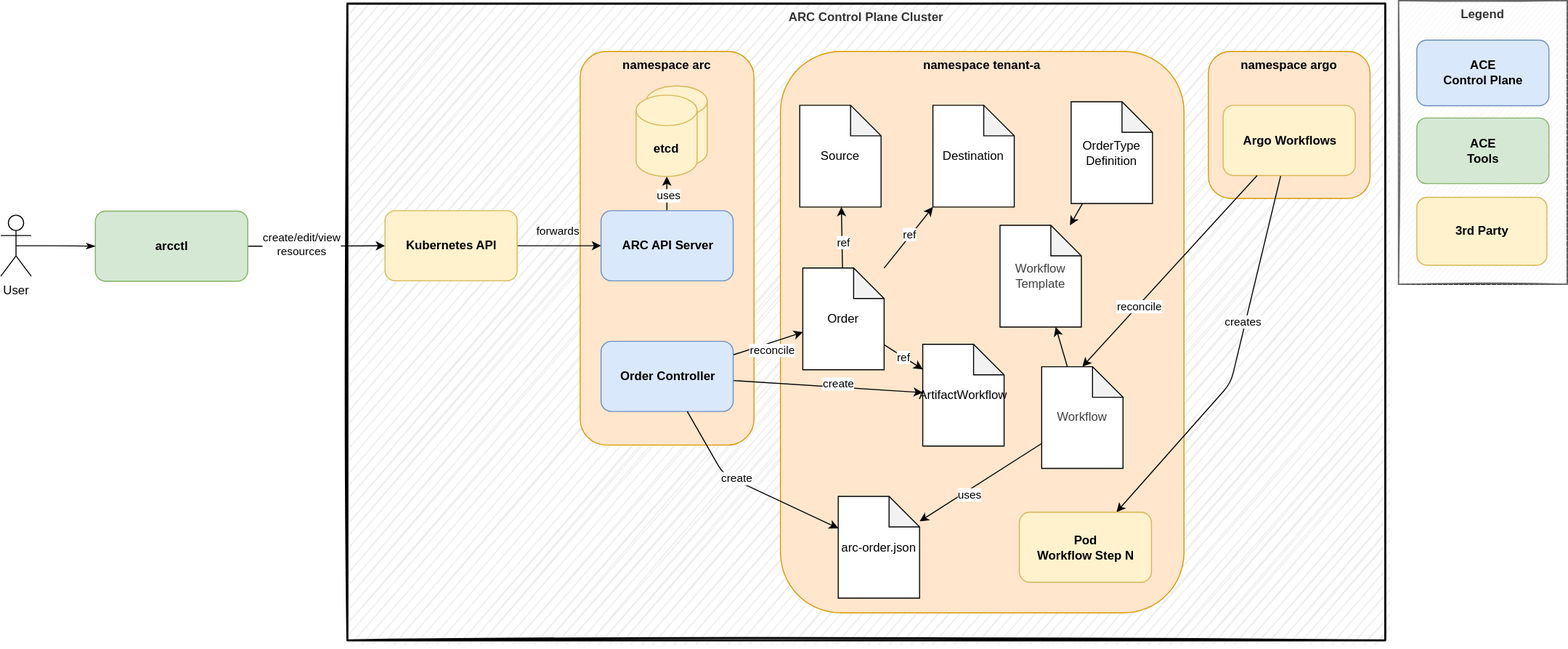
Above: docs/developer-guide/adrs/img/0-arc-architecture.drawio.svg in opendefensecloud/artifact-conduit (draw.io), before the change. Source tidied: cells renumbered, new cells last; positions are measured from the earlier drawing's top-left corner, leaving out a move shared by most shapes.
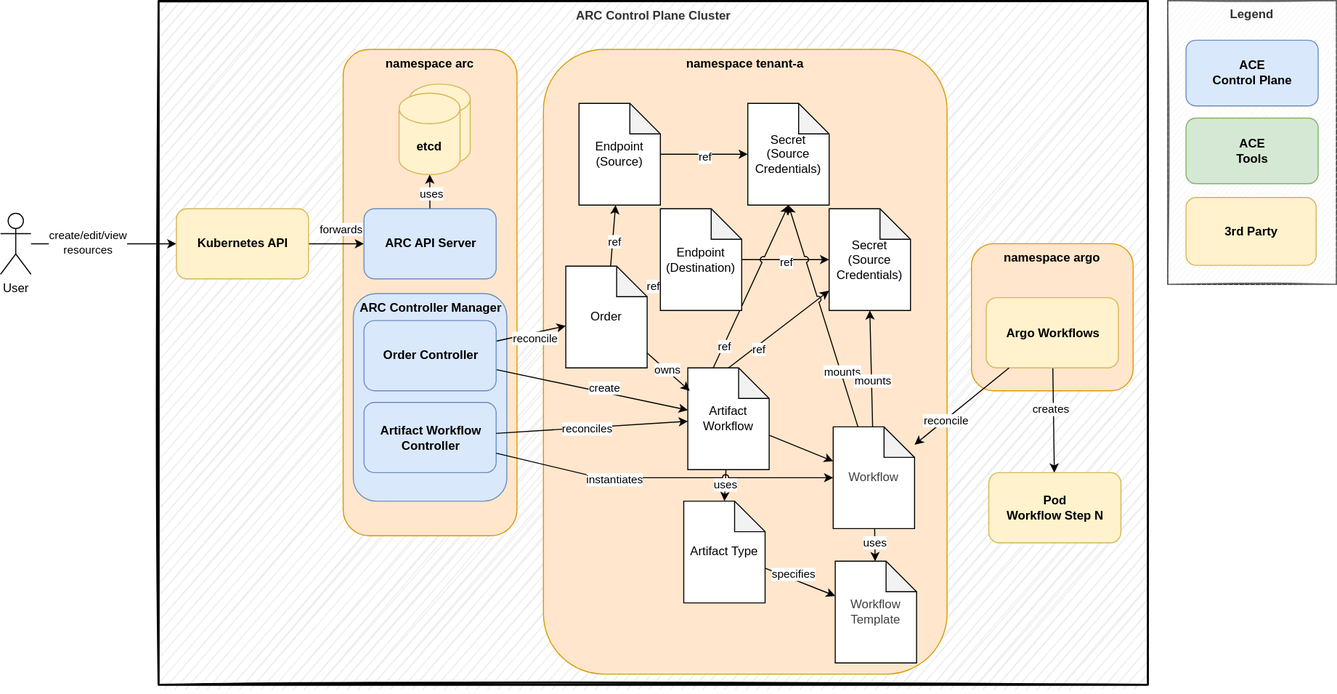
Later version of the same file.

Change to the diagram source:
```diff
@@ -3,18 +3,18 @@
     <mxCell id="0" />
     <mxCell id="1" parent="0" />
     <mxCell id="2" value="ARC Control Plane Cluster" style="rounded=0;whiteSpace=wrap;html=1;horizontal=1;verticalAlign=top;fontStyle=1;align=center;labelPosition=center;verticalLabelPosition=middle;strokeWidth=2;labelBackgroundColor=none;shadow=0;sketch=1;fillColor=#EDEDED;strokeColor=default;fontColor=#333333;fillStyle=hachure;" parent="1" vertex="1">
-      <mxGeometry x="341" y="3" width="1021" height="626" as="geometry" />
+      <mxGeometry x="389" y="3" width="973" height="672" as="geometry" />
     </mxCell>
     <mxCell id="3" value="namespace argo" style="rounded=1;whiteSpace=wrap;html=1;fillColor=#ffe6cc;strokeColor=#d79b00;verticalAlign=top;fontStyle=1;" parent="1" vertex="1">
-      <mxGeometry x="1188" y="50" width="159" height="144.5" as="geometry" />
+      <mxGeometry x="1188" y="241" width="159" height="144.5" as="geometry" />
     </mxCell>
     <mxCell id="4" value="namespace tenant-a" style="rounded=1;whiteSpace=wrap;html=1;fillColor=#ffe6cc;strokeColor=#d79b00;verticalAlign=top;fontStyle=1;" parent="1" vertex="1">
-      <mxGeometry x="767" y="50" width="397" height="552" as="geometry" />
+      <mxGeometry x="767" y="50" width="397" height="614" as="geometry" />
     </mxCell>
     <mxCell id="5" value="namespace arc" style="rounded=1;whiteSpace=wrap;html=1;fillColor=#ffe6cc;strokeColor=#d79b00;verticalAlign=top;fontStyle=1;" parent="1" vertex="1">
-      <mxGeometry x="570" y="50" width="171" height="387" as="geometry" />
+      <mxGeometry x="570" y="50" width="171" height="478" as="geometry" />
     </mxCell>
-    <mxCell id="6" style="edgeStyle=orthogonalEdgeStyle;jettySize=auto;html=1;entryX=0;entryY=0.5;entryDx=0;entryDy=0;" parent="1" edge="1" source="8" target="22">
+    <mxCell id="6" style="edgeStyle=orthogonalEdgeStyle;jettySize=auto;html=1;entryX=0;entryY=0.5;entryDx=0;entryDy=0;" parent="1" edge="1" source="11" target="22">
       <mxGeometry relative="1" as="geometry" />
     </mxCell>
     <mxCell id="7" value="&lt;div&gt;create/edit/view&lt;/div&gt;&lt;div&gt;resources&lt;/div&gt;" style="edgeLabel;html=1;align=center;verticalAlign=middle;" parent="6" vertex="1">
@@ -22,19 +22,13 @@
         <mxPoint y="1" as="offset" />
       </mxGeometry>
     </mxCell>
-    <mxCell id="8" value="&lt;div&gt;arcctl&lt;/div&gt;" style="html=1;align=center;fillColor=#d5e8d4;strokeColor=#82b366;fontStyle=1;rounded=1;" parent="1" vertex="1">
-      <mxGeometry x="93" y="207" width="150" height="69" as="geometry" />
-    </mxCell>
     <mxCell id="9" style="edgeStyle=orthogonalEdgeStyle;orthogonalLoop=1;jettySize=auto;html=1;entryX=0;entryY=0.5;entryDx=0;entryDy=0;" parent="1" edge="1">
       <mxGeometry relative="1" as="geometry">
         <mxPoint x="1240" y="641.9" as="sourcePoint" />
       </mxGeometry>
     </mxCell>
-    <mxCell id="10" style="edgeStyle=orthogonalEdgeStyle;jettySize=auto;html=1;entryX=0;entryY=0.5;entryDx=0;entryDy=0;endArrow=classicThin;endFill=1;exitX=0.5;exitY=0.5;exitDx=0;exitDy=0;exitPerimeter=0;" parent="1" edge="1" source="11" target="8">
-      <mxGeometry relative="1" as="geometry" />
-    </mxCell>
     <mxCell id="11" value="User" style="shape=umlActor;verticalLabelPosition=bottom;labelBackgroundColor=#ffffff;verticalAlign=top;html=1;align=center;rounded=1;" parent="1" vertex="1">
-      <mxGeometry y="211.1" width="30" height="60" as="geometry" />
+      <mxGeometry x="233" y="211.1" width="30" height="60" as="geometry" />
     </mxCell>
     <mxCell id="12" style="edgeStyle=orthogonalEdgeStyle;jumpStyle=arc;orthogonalLoop=1;jettySize=auto;html=1;exitX=0.5;exitY=0;exitDx=0;exitDy=0;entryX=0;entryY=0.5;entryDx=0;entryDy=0;entryPerimeter=0;endArrow=none;endFill=0;dashed=1;" parent="1" edge="1">
       <mxGeometry relative="1" as="geometry">
@@ -84,13 +78,13 @@
       </mxGeometry>
     </mxCell>
     <mxCell id="22" value="&lt;div&gt;Kubernetes API&lt;/div&gt;" style="html=1;align=center;fillColor=#fff2cc;strokeColor=#d6b656;fontStyle=1;rounded=1;" parent="1" vertex="1">
-      <mxGeometry x="378" y="206.6" width="130" height="69" as="geometry" />
+      <mxGeometry x="406" y="206.6" width="130" height="69" as="geometry" />
     </mxCell>
     <mxCell id="23" style="edgeStyle=orthogonalEdgeStyle;rounded=0;orthogonalLoop=1;jettySize=auto;html=1;exitX=0.5;exitY=1;exitDx=0;exitDy=0;" parent="1" edge="1" source="2" target="2">
       <mxGeometry relative="1" as="geometry" />
     </mxCell>
     <mxCell id="24" style="group;fillColor=none;strokeColor=default;" parent="1" vertex="1">
-      <mxGeometry x="1375" width="166" height="279" as="geometry" />
+      <mxGeometry x="1381" y="2" width="166" height="279" as="geometry" />
     </mxCell>
     <mxCell id="25" value="Legend" style="whiteSpace=wrap;html=1;verticalAlign=top;align=center;fontStyle=1;glass=0;shadow=0;rounded=0;sketch=1;fillColor=#f5f5f5;strokeColor=#666666;fontColor=#333333;" parent="24" vertex="1">
       <mxGeometry width="166" height="279" as="geometry" />
@@ -107,33 +101,6 @@
     <mxCell id="29" style="edgeStyle=orthogonalEdgeStyle;rounded=0;orthogonalLoop=1;jettySize=auto;html=1;exitX=0.5;exitY=1;exitDx=0;exitDy=0;" parent="24" edge="1" source="27" target="27">
       <mxGeometry x="-501" y="-91" as="geometry" />
     </mxCell>
-    <mxCell id="30" style="edgeStyle=none;html=1;" parent="1" edge="1" source="34" target="43">
-      <mxGeometry relative="1" as="geometry" />
-    </mxCell>
-    <mxCell id="31" value="reconcile" style="edgeLabel;html=1;align=center;verticalAlign=middle;" parent="30" vertex="1">
-      <mxGeometry x="-0.46" y="-3" relative="1" as="geometry">
-        <mxPoint x="19" y="-2" as="offset" />
-      </mxGeometry>
-    </mxCell>
-    <mxCell id="32" style="edgeStyle=none;html=1;" parent="1" edge="1" source="34" target="66">
-      <mxGeometry relative="1" as="geometry" />
-    </mxCell>
-    <mxCell id="33" value="create" style="edgeLabel;html=1;align=center;verticalAlign=middle;" parent="32" vertex="1">
-      <mxGeometry x="0.11" y="4" relative="1" as="geometry" />
-    </mxCell>
-    <mxCell id="34" value="&lt;div&gt;Order Controller&lt;/div&gt;" style="html=1;align=center;fillColor=#dae8fc;strokeColor=#6c8ebf;fontStyle=1;rounded=1;" parent="1" vertex="1">
-      <mxGeometry x="590.5" y="335" width="130" height="69" as="geometry" />
-    </mxCell>
-    <mxCell id="35" style="edgeStyle=none;html=1;" parent="1" edge="1" source="34" target="59">
-      <mxGeometry relative="1" as="geometry">
-        <Array as="points">
-          <mxPoint x="711" y="466" />
-        </Array>
-      </mxGeometry>
-    </mxCell>
-    <mxCell id="36" value="create" style="edgeLabel;html=1;align=center;verticalAlign=middle;" parent="35" vertex="1">
-      <mxGeometry x="-0.15" y="2" relative="1" as="geometry" />
-    </mxCell>
     <mxCell id="37" style="edgeStyle=none;html=1;" parent="1" edge="1" source="43" target="50">
       <mxGeometry relative="1" as="geometry" />
     </mxCell>
@@ -146,12 +113,6 @@
     <mxCell id="40" value="ref" style="edgeLabel;html=1;align=center;verticalAlign=middle;" parent="39" vertex="1">
       <mxGeometry x="0.07" y="2" relative="1" as="geometry" />
     </mxCell>
-    <mxCell id="41" style="edgeStyle=none;html=1;" parent="1" edge="1" source="43" target="66">
-      <mxGeometry relative="1" as="geometry" />
-    </mxCell>
-    <mxCell id="42" value="ref" style="edgeLabel;html=1;align=center;verticalAlign=middle;" parent="41" vertex="1">
-      <mxGeometry x="-0.01" relative="1" as="geometry" />
-    </mxCell>
     <mxCell id="43" value="&lt;div&gt;Order&lt;/div&gt;" style="shape=note;whiteSpace=wrap;html=1;backgroundOutline=1;darkOpacity=0.05;" parent="1" vertex="1">
       <mxGeometry x="789" y="263" width="80" height="100" as="geometry" />
     </mxCell>
@@ -175,26 +136,31 @@
     <mxCell id="49" value="etcd" style="shape=cylinder3;whiteSpace=wrap;html=1;boundedLbl=1;backgroundOutline=1;size=15;rounded=1;strokeColor=#d6b656;align=center;verticalAlign=middle;fontFamily=Helvetica;fontSize=12;fontColor=default;fontStyle=1;fillColor=#fff2cc;" parent="47" vertex="1">
       <mxGeometry y="9" width="60" height="80" as="geometry" />
     </mxCell>
+    <mxCell id="67" style="edgeStyle=orthogonalEdgeStyle;rounded=0;jettySize=auto;html=1;" parent="1" edge="1" source="50" target="77">
+      <mxGeometry relative="1" as="geometry" />
+    </mxCell>
+    <mxCell id="68" value="ref" style="edgeLabel;html=1;align=center;verticalAlign=middle;" parent="67" vertex="1">
+      <mxGeometry x="-0.01" y="-2" relative="1" as="geometry" />
+    </mxCell>
-    <mxCell id="50" value="&lt;div&gt;Source&lt;/div&gt;" style="shape=note;whiteSpace=wrap;html=1;backgroundOutline=1;darkOpacity=0.05;" parent="1" vertex="1">
-      <mxGeometry x="786" y="103" width="80" height="100" as="geometry" />
+    <mxCell id="50" value="&lt;div&gt;Endpoint&lt;/div&gt;&lt;div&gt;(Source)&lt;/div&gt;" style="shape=note;whiteSpace=wrap;html=1;backgroundOutline=1;darkOpacity=0.05;" parent="1" vertex="1">
+      <mxGeometry x="802" y="103" width="80" height="100" as="geometry" />
     </mxCell>
-    <mxCell id="51" value="&lt;div&gt;Destination&lt;/div&gt;" style="shape=note;whiteSpace=wrap;html=1;backgroundOutline=1;darkOpacity=0.05;" parent="1" vertex="1">
-      <mxGeometry x="917" y="103" width="80" height="100" as="geometry" />
-    </mxCell>
+    <mxCell id="69" style="edgeStyle=orthogonalEdgeStyle;rounded=0;jettySize=auto;html=1;" parent="1" edge="1" source="51" target="78">
+      <mxGeometry relative="1" as="geometry" />
+    </mxCell>
+    <mxCell id="70" value="ref" style="edgeLabel;html=1;align=center;verticalAlign=middle;" parent="69" vertex="1">
+      <mxGeometry x="-0.01" y="-2" relative="1" as="geometry" />
+    </mxCell>
     <mxCell id="52" style="edgeStyle=none;html=1;" parent="1" edge="1" source="54" target="62">
-      <mxGeometry relative="1" as="geometry">
-        <Array as="points">
-          <mxPoint x="1210" y="376" />
-        </Array>
-      </mxGeometry>
+      <mxGeometry relative="1" as="geometry" />
     </mxCell>
     <mxCell id="53" value="creates" style="edgeLabel;html=1;align=center;verticalAlign=middle;" parent="52" vertex="1">
       <mxGeometry x="-0.22" y="-3" relative="1" as="geometry" />
     </mxCell>
     <mxCell id="54" value="&lt;div&gt;Argo Workflows&lt;/div&gt;" style="html=1;align=center;fillColor=#fff2cc;strokeColor=#d6b656;fontStyle=1;rounded=1;" parent="1" vertex="1">
-      <mxGeometry x="1202.5" y="103" width="130" height="69" as="geometry" />
+      <mxGeometry x="1202.5" y="294" width="130" height="69" as="geometry" />
     </mxCell>
-    <mxCell id="55" style="edgeStyle=none;html=1;entryX=0.5;entryY=0;entryDx=0;entryDy=0;entryPerimeter=0;" parent="1" edge="1" source="54" target="65">
+    <mxCell id="55" style="edgeStyle=none;html=1;" parent="1" edge="1" source="54" target="65">
       <mxGeometry relative="1" as="geometry" />
     </mxCell>
     <mxCell id="56" value="reconcile" style="edgeLabel;html=1;align=center;verticalAlign=middle;" parent="55" vertex="1">
@@ -203,32 +169,120 @@
     <mxCell id="57" style="edgeStyle=none;html=1;" parent="1" edge="1" source="58" target="63">
       <mxGeometry relative="1" as="geometry" />
     </mxCell>
+    <mxCell id="71" value="specifies" style="edgeLabel;html=1;align=center;verticalAlign=middle;" parent="57" vertex="1">
+      <mxGeometry x="-0.37" y="-3" relative="1" as="geometry">
+        <mxPoint x="7" y="-6" as="offset" />
+      </mxGeometry>
+    </mxCell>
-    <mxCell id="58" value="&lt;div&gt;OrderType&lt;/div&gt;&lt;div&gt;Definition&lt;/div&gt;" style="shape=note;whiteSpace=wrap;html=1;backgroundOutline=1;darkOpacity=0.05;" parent="1" vertex="1">
-      <mxGeometry x="1053" y="99.5" width="80" height="100" as="geometry" />
+    <mxCell id="58" value="&lt;div&gt;Artifact Type&lt;/div&gt;" style="shape=note;whiteSpace=wrap;html=1;backgroundOutline=1;darkOpacity=0.05;" parent="1" vertex="1">
+      <mxGeometry x="905" y="494" width="80" height="100" as="geometry" />
     </mxCell>
-    <mxCell id="59" value="&lt;div&gt;arc-order.json&lt;/div&gt;" style="shape=note;whiteSpace=wrap;html=1;backgroundOutline=1;darkOpacity=0.05;" parent="1" vertex="1">
-      <mxGeometry x="823.9" y="487.5" width="80" height="100" as="geometry" />
-    </mxCell>
-    <mxCell id="60" style="edgeStyle=none;html=1;" parent="1" edge="1" source="65" target="59">
-      <mxGeometry relative="1" as="geometry" />
-    </mxCell>
-    <mxCell id="61" value="uses" style="edgeLabel;html=1;align=center;verticalAlign=middle;" parent="60" vertex="1">
-      <mxGeometry x="0.22" y="4" relative="1" as="geometry" />
-    </mxCell>
     <mxCell id="62" value="Pod&lt;div&gt;Workflow Step N&lt;/div&gt;" style="html=1;align=center;fillColor=#fff2cc;strokeColor=#d6b656;fontStyle=1;rounded=1;" parent="1" vertex="1">
-      <mxGeometry x="1002" y="503" width="130" height="69" as="geometry" />
+      <mxGeometry x="1205" y="466" width="130" height="69" as="geometry" />
     </mxCell>
     <mxCell id="63" value="&lt;div&gt;&lt;span style=&quot;color: rgb(63, 63, 63); background-color: transparent;&quot;&gt;Workflow&lt;/span&gt;&lt;/div&gt;&lt;div&gt;&lt;span style=&quot;color: rgb(63, 63, 63); background-color: transparent;&quot;&gt;Template&lt;/span&gt;&lt;/div&gt;" style="shape=note;whiteSpace=wrap;html=1;backgroundOutline=1;darkOpacity=0.05;" parent="1" vertex="1">
-      <mxGeometry x="983" y="221" width="80" height="100" as="geometry" />
+      <mxGeometry x="1054" y="553" width="80" height="100" as="geometry" />
     </mxCell>
     <mxCell id="64" style="edgeStyle=none;html=1;" parent="1" edge="1" source="65" target="63">
       <mxGeometry relative="1" as="geometry" />
     </mxCell>
+    <mxCell id="72" value="uses" style="edgeLabel;html=1;align=center;verticalAlign=middle;" parent="64" vertex="1">
+      <mxGeometry x="-0.13" relative="1" as="geometry" />
+    </mxCell>
     <mxCell id="65" value="&lt;div&gt;&lt;span style=&quot;color: rgb(63, 63, 63); background-color: transparent;&quot;&gt;Workflow&lt;/span&gt;&lt;/div&gt;" style="shape=note;whiteSpace=wrap;html=1;backgroundOutline=1;darkOpacity=0.05;" parent="1" vertex="1">
-      <mxGeometry x="1024" y="360" width="80" height="100" as="geometry" />
+      <mxGeometry x="1052" y="421" width="80" height="100" as="geometry" />
     </mxCell>
+    <mxCell id="73" style="rounded=0;jettySize=auto;html=1;exitX=0.5;exitY=0;exitDx=0;exitDy=0;exitPerimeter=0;" parent="1" edge="1" source="66" target="78">
+      <mxGeometry relative="1" as="geometry" />
+    </mxCell>
+    <mxCell id="74" value="ref" style="edgeLabel;html=1;align=center;verticalAlign=middle;" parent="73" vertex="1">
+      <mxGeometry x="-0.75" y="1" relative="1" as="geometry">
+        <mxPoint x="18" y="-9" as="offset" />
+      </mxGeometry>
+    </mxCell>
+    <mxCell id="75" style="rounded=0;jettySize=auto;html=1;" parent="1" edge="1" source="66" target="65">
+      <mxGeometry relative="1" as="geometry" />
+    </mxCell>
-    <mxCell id="66" value="&lt;div&gt;Fragment&lt;/div&gt;" style="shape=note;whiteSpace=wrap;html=1;backgroundOutline=1;darkOpacity=0.05;" parent="1" vertex="1">
-      <mxGeometry x="907" y="338" width="80" height="100" as="geometry" />
+    <mxCell id="66" value="&lt;div&gt;Artifact&lt;/div&gt;&lt;div&gt;Workflow&lt;/div&gt;" style="shape=note;whiteSpace=wrap;html=1;backgroundOutline=1;darkOpacity=0.05;" parent="1" vertex="1">
+      <mxGeometry x="909" y="363" width="80" height="100" as="geometry" />
     </mxCell>
+    <mxCell id="76" value="ARC Controller Manager" style="html=1;align=center;fillColor=#dae8fc;strokeColor=#6c8ebf;fontStyle=1;rounded=1;verticalAlign=top;" parent="1" vertex="1">
+      <mxGeometry x="580" y="290" width="151" height="204" as="geometry" />
+    </mxCell>
+    <mxCell id="30" style="edgeStyle=none;html=1;" parent="1" edge="1" source="34" target="43">
+      <mxGeometry relative="1" as="geometry" />
+    </mxCell>
+    <mxCell id="31" value="reconcile" style="edgeLabel;html=1;align=center;verticalAlign=middle;" parent="30" vertex="1">
+      <mxGeometry x="-0.46" y="-3" relative="1" as="geometry">
+        <mxPoint x="19" y="-2" as="offset" />
+      </mxGeometry>
+    </mxCell>
+    <mxCell id="32" style="edgeStyle=none;html=1;" parent="1" edge="1" source="34" target="66">
+      <mxGeometry relative="1" as="geometry" />
+    </mxCell>
+    <mxCell id="33" value="create" style="edgeLabel;html=1;align=center;verticalAlign=middle;" parent="32" vertex="1">
+      <mxGeometry x="0.11" y="4" relative="1" as="geometry" />
+    </mxCell>
+    <mxCell id="34" value="Order Controller" style="html=1;align=center;fillColor=#dae8fc;strokeColor=#6c8ebf;fontStyle=1;rounded=1;" parent="1" vertex="1">
+      <mxGeometry x="590.5" y="316.5" width="130" height="69" as="geometry" />
+    </mxCell>
+    <mxCell id="77" value="&lt;div&gt;Secret&lt;br&gt;(Source&lt;br&gt;Credentials)&lt;/div&gt;" style="shape=note;whiteSpace=wrap;html=1;backgroundOutline=1;darkOpacity=0.05;" parent="1" vertex="1">
+      <mxGeometry x="968" y="103" width="80" height="100" as="geometry" />
+    </mxCell>
+    <mxCell id="78" value="&lt;div&gt;Secret&lt;br&gt;(Source&lt;br&gt;Credentials)&lt;/div&gt;" style="shape=note;whiteSpace=wrap;html=1;backgroundOutline=1;darkOpacity=0.05;" parent="1" vertex="1">
+      <mxGeometry x="1048" y="206.6" width="80" height="100" as="geometry" />
+    </mxCell>
+    <mxCell id="41" style="rounded=0;jettySize=auto;html=1;entryX=0.024;entryY=0.226;entryDx=0;entryDy=0;entryPerimeter=0;" parent="1" edge="1" source="43" target="66">
+      <mxGeometry relative="1" as="geometry" />
+    </mxCell>
+    <mxCell id="79" value="owns" style="edgeLabel;html=1;align=center;verticalAlign=middle;" parent="41" vertex="1">
+      <mxGeometry x="-0.11" y="1" relative="1" as="geometry" />
+    </mxCell>
+    <mxCell id="80" style="rounded=0;jettySize=auto;html=1;entryX=0.5;entryY=1;entryDx=0;entryDy=0;entryPerimeter=0;exitX=0;exitY=0;exitDx=25;exitDy=0;exitPerimeter=0;jumpStyle=arc;" parent="1" edge="1" source="66" target="77">
+      <mxGeometry relative="1" as="geometry" />
+    </mxCell>
+    <mxCell id="81" value="ref" style="edgeLabel;html=1;align=center;verticalAlign=middle;" parent="80" vertex="1">
+      <mxGeometry x="-0.73" relative="1" as="geometry" />
+    </mxCell>
+    <mxCell id="51" value="&lt;div&gt;Endpoint&lt;br&gt;(Destination)&lt;/div&gt;" style="shape=note;whiteSpace=wrap;html=1;backgroundOutline=1;darkOpacity=0.05;" parent="1" vertex="1">
+      <mxGeometry x="882" y="206.6" width="80" height="100" as="geometry" />
+    </mxCell>
+    <mxCell id="82" value="Artifact Workflow&lt;br&gt;Controller" style="html=1;align=center;fillColor=#dae8fc;strokeColor=#6c8ebf;fontStyle=1;rounded=1;" parent="1" vertex="1">
+      <mxGeometry x="590.5" y="397" width="130" height="69" as="geometry" />
+    </mxCell>
+    <mxCell id="83" style="rounded=0;jettySize=auto;html=1;entryX=0.5;entryY=0;entryDx=0;entryDy=0;entryPerimeter=0;" parent="1" edge="1" source="66" target="58">
+      <mxGeometry relative="1" as="geometry" />
+    </mxCell>
+    <mxCell id="84" value="uses" style="edgeLabel;html=1;align=center;verticalAlign=middle;" parent="83" vertex="1">
+      <mxGeometry x="-0.04" relative="1" as="geometry" />
+    </mxCell>
+    <mxCell id="85" style="rounded=0;jettySize=auto;html=1;" parent="1" edge="1" source="82" target="66">
+      <mxGeometry relative="1" as="geometry" />
+    </mxCell>
+    <mxCell id="86" value="reconciles" style="edgeLabel;html=1;align=center;verticalAlign=middle;" parent="85" vertex="1">
+      <mxGeometry x="-0.06" y="-1" relative="1" as="geometry" />
+    </mxCell>
+    <mxCell id="87" style="rounded=0;jettySize=auto;html=1;entryX=0;entryY=0.5;entryDx=0;entryDy=0;entryPerimeter=0;jumpStyle=arc;" parent="1" edge="1" source="82" target="65">
+      <mxGeometry relative="1" as="geometry">
+        <Array as="points">
+          <mxPoint x="822" y="471" />
+        </Array>
+      </mxGeometry>
+    </mxCell>
+    <mxCell id="88" value="instantiates" style="edgeLabel;html=1;align=center;verticalAlign=middle;" parent="87" vertex="1">
+      <mxGeometry x="-0.29" y="-1" relative="1" as="geometry" />
+    </mxCell>
+    <mxCell id="89" style="rounded=0;jettySize=auto;html=1;entryX=0.5;entryY=1;entryDx=0;entryDy=0;entryPerimeter=0;jumpStyle=arc;" parent="1" edge="1" source="65" target="77">
+      <mxGeometry relative="1" as="geometry" />
+    </mxCell>
+    <mxCell id="90" value="mounts" style="edgeLabel;html=1;align=center;verticalAlign=middle;" parent="89" vertex="1">
+      <mxGeometry x="-0.5" y="-1" relative="1" as="geometry" />
+    </mxCell>
+    <mxCell id="91" style="rounded=0;jettySize=auto;html=1;entryX=0.5;entryY=1;entryDx=0;entryDy=0;entryPerimeter=0;" parent="1" edge="1" source="65" target="78">
+      <mxGeometry relative="1" as="geometry" />
+    </mxCell>
+    <mxCell id="92" value="mounts" style="edgeLabel;html=1;align=center;verticalAlign=middle;" parent="91" vertex="1">
+      <mxGeometry x="-0.22" y="-1" relative="1" as="geometry" />
+    </mxCell>
   </root>
 </mxGraphModel>
```
